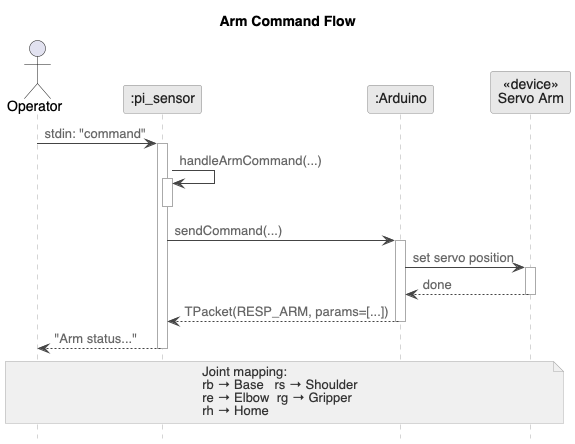
Above: code1/diagrams/Robot_Arm_Command_Flow.png in vanillashake17/epp2-updated (PlantUML), before the change. Its diagram source:
```plantuml
@startuml seq_arm
skinparam backgroundColor white
skinparam defaultFontName "Helvetica"
skinparam sequenceArrowColor #444444
skinparam sequenceArrowFontColor #666666
skinparam sequenceLifeLineBorderColor #aaaaaa
skinparam sequenceLifeLineBackgroundColor white
skinparam participantBackgroundColor #e8e8e8
skinparam participantBorderColor #888888
skinparam participantFontColor #222222
skinparam activationBarBackgroundColor #d0d0d0
skinparam activationBarBorderColor #888888
skinparam noteBackgroundColor #f0f0f0
skinparam noteBorderColor #aaaaaa
skinparam noteFontColor #333333
hide footbox

title Arm Command Flow

actor "Operator" as op
participant ":pi_sensor" as pi
participant ":Arduino" as ard
participant "«device»\nServo Arm" as servo

op -> pi : stdin: "command"
activate pi

pi -> pi : handleArmCommand(...)
activate pi
deactivate pi

pi -> ard : sendCommand(...)
activate ard

ard -> servo : set servo position
activate servo
servo --> ard : done
deactivate servo

ard --> pi : TPacket(RESP_ARM, params=[...])
deactivate ard

pi --> op : "Arm status..."
deactivate pi

note over op, servo
  Joint mapping:
  rb → Base   rs → Shoulder
  re → Elbow  rg → Gripper
  rh → Home
end note

@enduml
```
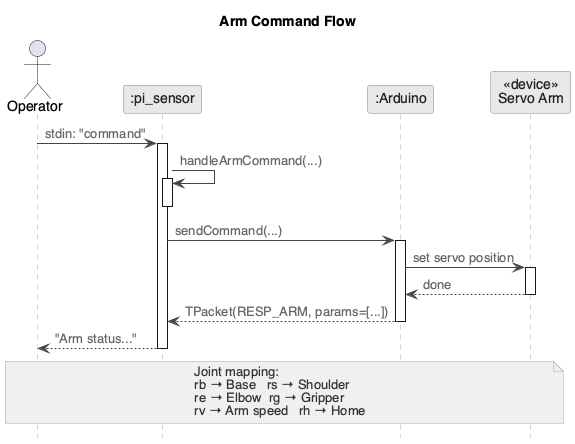
The same file after the commit.

Commit message:
doc(diagrams): update robot arm description to include speed command

The edit, as a diff of the source:
```diff
@@ -47,7 +47,7 @@
   Joint mapping:
   rb → Base   rs → Shoulder
   re → Elbow  rg → Gripper
-  rh → Home
+  rv → Arm speed   rh → Home
 end note
 
 @enduml
```
